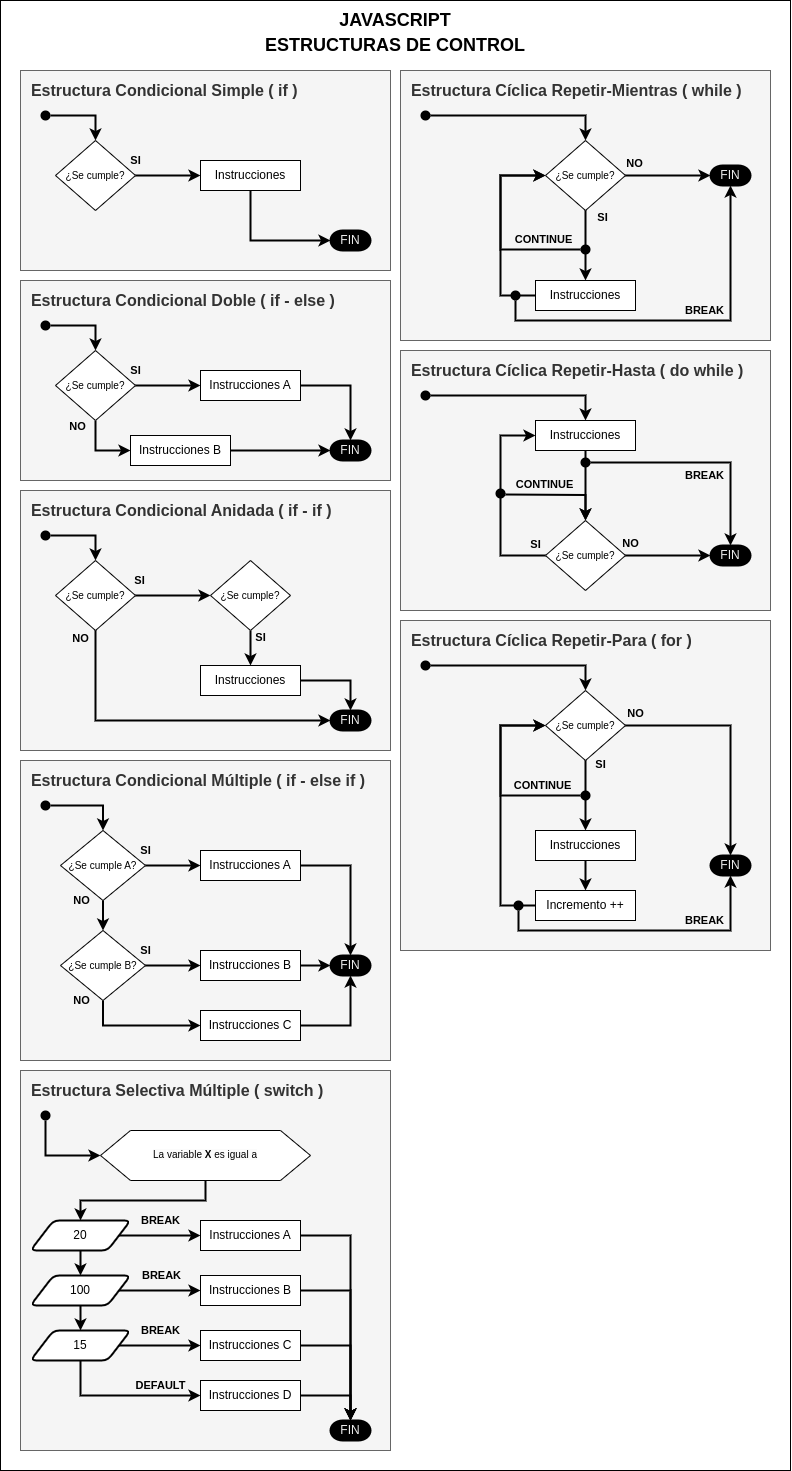
Earlier version of the draw.io export docs/js_control_structures.png (serinformatico/FULLSTACK-08-2023-EIT). Source tidied: cells renumbered, new cells last; positions are measured from the earlier drawing's top-left corner, leaving out a move shared by most shapes.
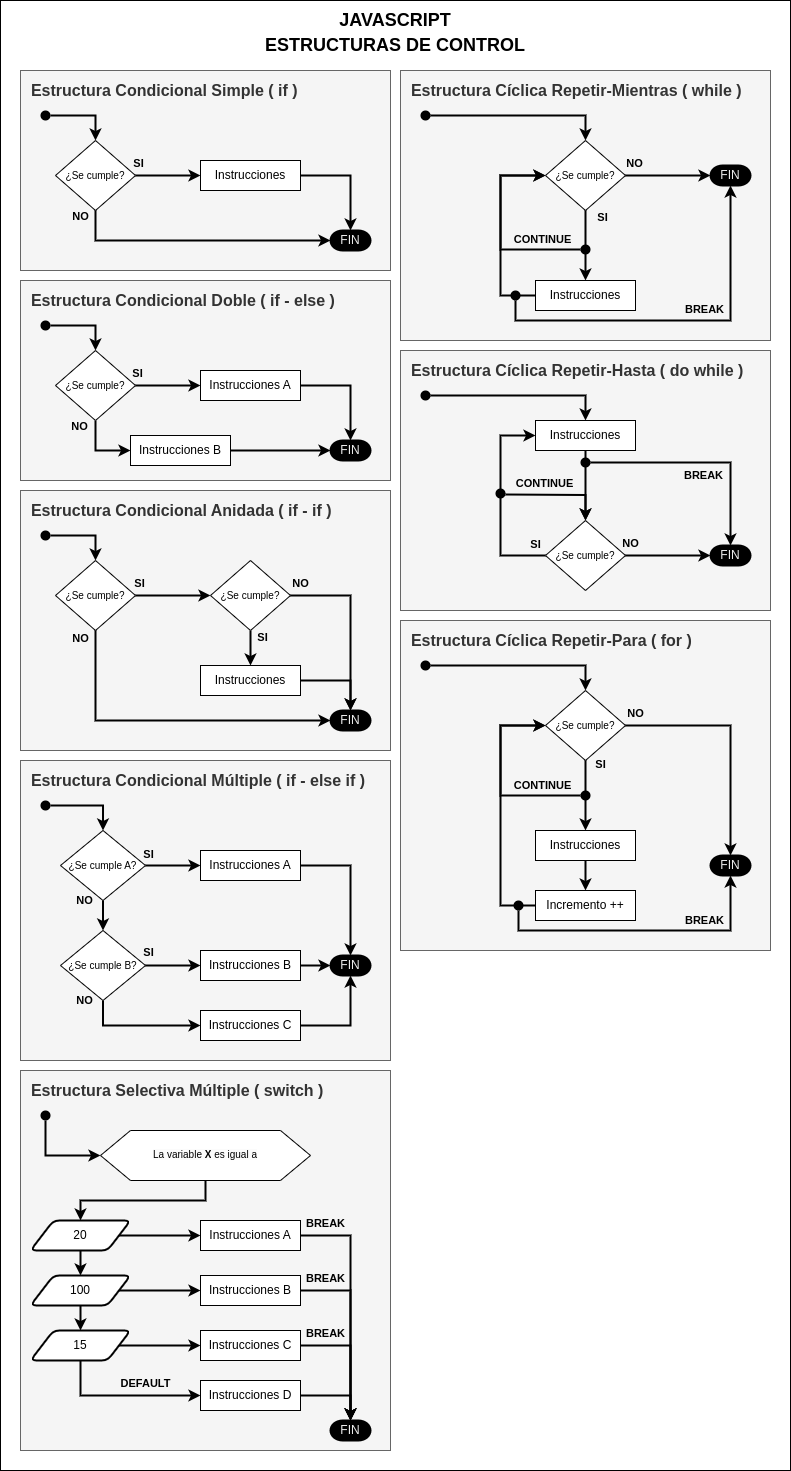
The same file after the commit.

Change to the diagram source:
```diff
@@ -13,7 +13,7 @@
     </mxCell>
     <mxCell id="5" value="SI" style="edgeLabel;html=1;align=center;verticalAlign=middle;labelBackgroundColor=none;fontStyle=1;" parent="4" vertex="1">
       <mxGeometry x="-0.24" y="-1" relative="1" as="geometry">
-        <mxPoint x="-25" y="-16" as="offset" />
+        <mxPoint x="-22" y="-13" as="offset" />
       </mxGeometry>
     </mxCell>
     <mxCell id="6" value="&lt;font style=&quot;font-size: 10px;&quot;&gt;¿Se cumple?&lt;/font&gt;" style="rhombus;whiteSpace=wrap;html=1;" parent="1" vertex="1">
@@ -25,7 +25,7 @@
     <mxCell id="8" style="ellipse;whiteSpace=wrap;html=1;fillColor=#000000;strokeColor=none;" parent="1" vertex="1">
       <mxGeometry x="40" y="110" width="10" height="10" as="geometry" />
     </mxCell>
-    <mxCell id="9" style="edgeStyle=orthogonalEdgeStyle;rounded=0;jettySize=auto;html=1;strokeWidth=2;exitX=0.5;exitY=1;exitDx=0;exitDy=0;entryX=0;entryY=0.5;entryDx=0;entryDy=0;entryPerimeter=0;" parent="1" edge="1" source="10" target="11">
+    <mxCell id="9" style="edgeStyle=orthogonalEdgeStyle;rounded=0;jettySize=auto;html=1;strokeWidth=2;exitX=1;exitY=0.5;exitDx=0;exitDy=0;entryX=0.5;entryY=0;entryDx=0;entryDy=0;entryPerimeter=0;" parent="1" edge="1" source="10" target="11">
       <mxGeometry relative="1" as="geometry" />
     </mxCell>
     <mxCell id="10" value="Instrucciones" style="rounded=0;whiteSpace=wrap;html=1;" parent="1" vertex="1">
@@ -42,7 +42,7 @@
     </mxCell>
     <mxCell id="14" value="SI" style="edgeLabel;html=1;align=center;verticalAlign=middle;labelBackgroundColor=none;fontStyle=1;" parent="13" vertex="1">
       <mxGeometry x="-0.24" y="-1" relative="1" as="geometry">
-        <mxPoint x="-25" y="-16" as="offset" />
+        <mxPoint x="-23" y="-13" as="offset" />
       </mxGeometry>
     </mxCell>
     <mxCell id="15" style="edgeStyle=orthogonalEdgeStyle;rounded=0;jettySize=auto;html=1;entryX=0;entryY=0.5;entryDx=0;entryDy=0;exitX=0.5;exitY=1;exitDx=0;exitDy=0;strokeWidth=2;" parent="1" edge="1" source="17" target="24">
@@ -50,7 +50,7 @@
     </mxCell>
     <mxCell id="16" value="NO" style="edgeLabel;html=1;align=center;verticalAlign=middle;fontStyle=1;labelBackgroundColor=none;" parent="15" vertex="1">
       <mxGeometry x="-0.48" relative="1" as="geometry">
-        <mxPoint x="-18" y="-11" as="offset" />
+        <mxPoint x="-16" y="-11" as="offset" />
       </mxGeometry>
     </mxCell>
     <mxCell id="17" value="¿Se cumple?" style="rhombus;whiteSpace=wrap;html=1;fontSize=10;" parent="1" vertex="1">
@@ -85,7 +85,7 @@
     </mxCell>
     <mxCell id="27" value="SI" style="edgeLabel;html=1;align=center;verticalAlign=middle;labelBackgroundColor=none;fontStyle=1;" parent="26" vertex="1">
       <mxGeometry x="-0.24" y="-1" relative="1" as="geometry">
-        <mxPoint x="-21" y="-16" as="offset" />
+        <mxPoint x="-18" y="-12" as="offset" />
       </mxGeometry>
     </mxCell>
     <mxCell id="28" style="edgeStyle=orthogonalEdgeStyle;rounded=0;jettySize=auto;html=1;entryX=0;entryY=0.5;entryDx=0;entryDy=0;exitX=0.5;exitY=1;exitDx=0;exitDy=0;strokeWidth=2;" parent="1" edge="1" source="38" target="37">
@@ -93,7 +93,7 @@
     </mxCell>
     <mxCell id="29" value="NO" style="edgeLabel;html=1;align=center;verticalAlign=middle;fontStyle=1;labelBackgroundColor=none;" parent="28" vertex="1">
       <mxGeometry x="-0.48" relative="1" as="geometry">
-        <mxPoint x="-29" y="-25" as="offset" />
+        <mxPoint x="-26" y="-25" as="offset" />
       </mxGeometry>
     </mxCell>
     <mxCell id="30" value="¿Se cumple A?" style="rhombus;whiteSpace=wrap;html=1;fontSize=10;" parent="1" vertex="1">
@@ -131,7 +131,7 @@
     </mxCell>
     <mxCell id="41" value="NO" style="edgeLabel;html=1;align=center;verticalAlign=middle;labelBackgroundColor=none;fontStyle=1;" parent="40" vertex="1">
       <mxGeometry x="-0.24" y="-1" relative="1" as="geometry">
-        <mxPoint x="-21" y="-12" as="offset" />
+        <mxPoint x="-18" y="-12" as="offset" />
       </mxGeometry>
     </mxCell>
     <mxCell id="42" style="edgeStyle=orthogonalEdgeStyle;rounded=0;jettySize=auto;html=1;entryX=0;entryY=0.5;entryDx=0;entryDy=0;strokeWidth=2;exitX=1;exitY=0.5;exitDx=0;exitDy=0;" parent="1" edge="1" source="38" target="39">
@@ -139,7 +139,7 @@
     </mxCell>
     <mxCell id="43" value="SI" style="edgeLabel;html=1;align=center;verticalAlign=middle;labelBackgroundColor=none;fontStyle=1;" parent="42" vertex="1">
       <mxGeometry x="-0.24" y="-1" relative="1" as="geometry">
-        <mxPoint x="-21" y="-16" as="offset" />
+        <mxPoint x="-18" y="-14" as="offset" />
       </mxGeometry>
     </mxCell>
     <mxCell id="44" style="edgeStyle=orthogonalEdgeStyle;rounded=0;jettySize=auto;html=1;strokeWidth=2;exitX=1;exitY=0.5;exitDx=0;exitDy=0;" parent="1" edge="1" source="39">
@@ -170,7 +170,7 @@
     </mxCell>
     <mxCell id="52" value="DEFAULT" style="edgeLabel;html=1;align=center;verticalAlign=middle;fontStyle=1;labelBackgroundColor=none;" parent="51" vertex="1">
       <mxGeometry x="-0.92" y="3" relative="1" as="geometry">
-        <mxPoint x="77" y="19" as="offset" />
+        <mxPoint x="62" y="17" as="offset" />
       </mxGeometry>
     </mxCell>
     <mxCell id="53" style="verticalLabelPosition=bottom;verticalAlign=top;html=1;shape=hexagon;perimeter=hexagonPerimeter2;arcSize=6;size=0.14285714285714285;" parent="1" vertex="1">
@@ -199,7 +199,7 @@
     </mxCell>
     <mxCell id="61" value="BREAK" style="edgeLabel;html=1;align=center;verticalAlign=middle;fontStyle=1;labelBackgroundColor=none;" parent="60" vertex="1">
       <mxGeometry x="-0.69" y="3" relative="1" as="geometry">
-        <mxPoint x="29" y="-12" as="offset" />
+        <mxPoint x="194" y="-9" as="offset" />
       </mxGeometry>
     </mxCell>
     <mxCell id="62" style="rounded=0;jettySize=auto;html=1;exitX=1;exitY=0.5;exitDx=0;exitDy=0;strokeWidth=2;edgeStyle=orthogonalEdgeStyle;entryX=0;entryY=0.5;entryDx=0;entryDy=0;" parent="1" edge="1" source="56" target="69">
@@ -207,7 +207,7 @@
     </mxCell>
     <mxCell id="63" value="BREAK" style="edgeLabel;html=1;align=center;verticalAlign=middle;fontStyle=1;labelBackgroundColor=none;" parent="62" vertex="1">
       <mxGeometry x="-0.51" y="1" relative="1" as="geometry">
-        <mxPoint x="22" y="-14" as="offset" />
+        <mxPoint x="186" y="-11" as="offset" />
       </mxGeometry>
     </mxCell>
     <mxCell id="64" style="rounded=0;jettySize=auto;html=1;exitX=1;exitY=0.5;exitDx=0;exitDy=0;strokeWidth=2;edgeStyle=orthogonalEdgeStyle;entryX=0;entryY=0.5;entryDx=0;entryDy=0;" parent="1" edge="1" source="57" target="71">
@@ -215,7 +215,7 @@
     </mxCell>
     <mxCell id="65" value="BREAK" style="edgeLabel;html=1;align=center;verticalAlign=middle;fontStyle=1;labelBackgroundColor=none;" parent="64" vertex="1">
       <mxGeometry x="0.06" y="-2" relative="1" as="geometry">
-        <mxPoint x="-2" y="-17" as="offset" />
+        <mxPoint x="163" y="-14" as="offset" />
       </mxGeometry>
     </mxCell>
     <mxCell id="66" style="edgeStyle=orthogonalEdgeStyle;rounded=0;jettySize=auto;html=1;entryX=0.5;entryY=0;entryDx=0;entryDy=0;entryPerimeter=0;strokeWidth=2;" parent="1" edge="1" source="67" target="50">
@@ -281,7 +281,7 @@
     </mxCell>
     <mxCell id="84" value="SI" style="edgeLabel;html=1;align=center;verticalAlign=middle;labelBackgroundColor=none;fontStyle=1;" parent="83" vertex="1">
       <mxGeometry x="-0.24" y="-1" relative="1" as="geometry">
-        <mxPoint x="-25" y="-16" as="offset" />
+        <mxPoint x="-25" y="-13" as="offset" />
       </mxGeometry>
     </mxCell>
     <mxCell id="85" value="&lt;font style=&quot;font-size: 10px;&quot;&gt;¿Se cumple?&lt;/font&gt;" style="rhombus;whiteSpace=wrap;html=1;" parent="1" vertex="1">
@@ -307,7 +307,7 @@
     </mxCell>
     <mxCell id="92" value="SI" style="edgeLabel;html=1;align=center;verticalAlign=middle;labelBackgroundColor=none;fontStyle=1;" parent="91" vertex="1">
       <mxGeometry x="-0.7" y="-2" relative="1" as="geometry">
-        <mxPoint x="12" as="offset" />
+        <mxPoint x="14" as="offset" />
       </mxGeometry>
     </mxCell>
     <mxCell id="93" value="&lt;font style=&quot;font-size: 10px;&quot;&gt;¿Se cumple?&lt;/font&gt;" style="rhombus;whiteSpace=wrap;html=1;" parent="1" vertex="1">
@@ -502,5 +502,21 @@
         <mxPoint x="-8" y="-10" as="offset" />
       </mxGeometry>
     </mxCell>
+    <mxCell id="140" style="edgeStyle=orthogonalEdgeStyle;rounded=0;jettySize=auto;html=1;strokeWidth=2;exitX=0.5;exitY=1;exitDx=0;exitDy=0;entryX=0;entryY=0.5;entryDx=0;entryDy=0;entryPerimeter=0;" parent="1" edge="1" source="6" target="11">
+      <mxGeometry relative="1" as="geometry" />
+    </mxCell>
+    <mxCell id="141" value="NO" style="edgeLabel;html=1;align=center;verticalAlign=middle;labelBackgroundColor=none;fontStyle=1;" parent="140" vertex="1">
+      <mxGeometry x="-0.94" y="-1" relative="1" as="geometry">
+        <mxPoint x="-14" y="-2" as="offset" />
+      </mxGeometry>
+    </mxCell>
+    <mxCell id="142" style="edgeStyle=orthogonalEdgeStyle;rounded=0;jettySize=auto;html=1;strokeWidth=2;exitX=1;exitY=0.5;exitDx=0;exitDy=0;entryX=0.5;entryY=0;entryDx=0;entryDy=0;entryPerimeter=0;" parent="1" edge="1" source="93" target="90">
+      <mxGeometry relative="1" as="geometry" />
+    </mxCell>
+    <mxCell id="143" value="NO" style="edgeLabel;html=1;align=center;verticalAlign=middle;labelBackgroundColor=none;fontStyle=1;" parent="142" vertex="1">
+      <mxGeometry x="-0.93" relative="1" as="geometry">
+        <mxPoint x="4" y="-12" as="offset" />
+      </mxGeometry>
+    </mxCell>
   </root>
 </mxGraphModel>
```
